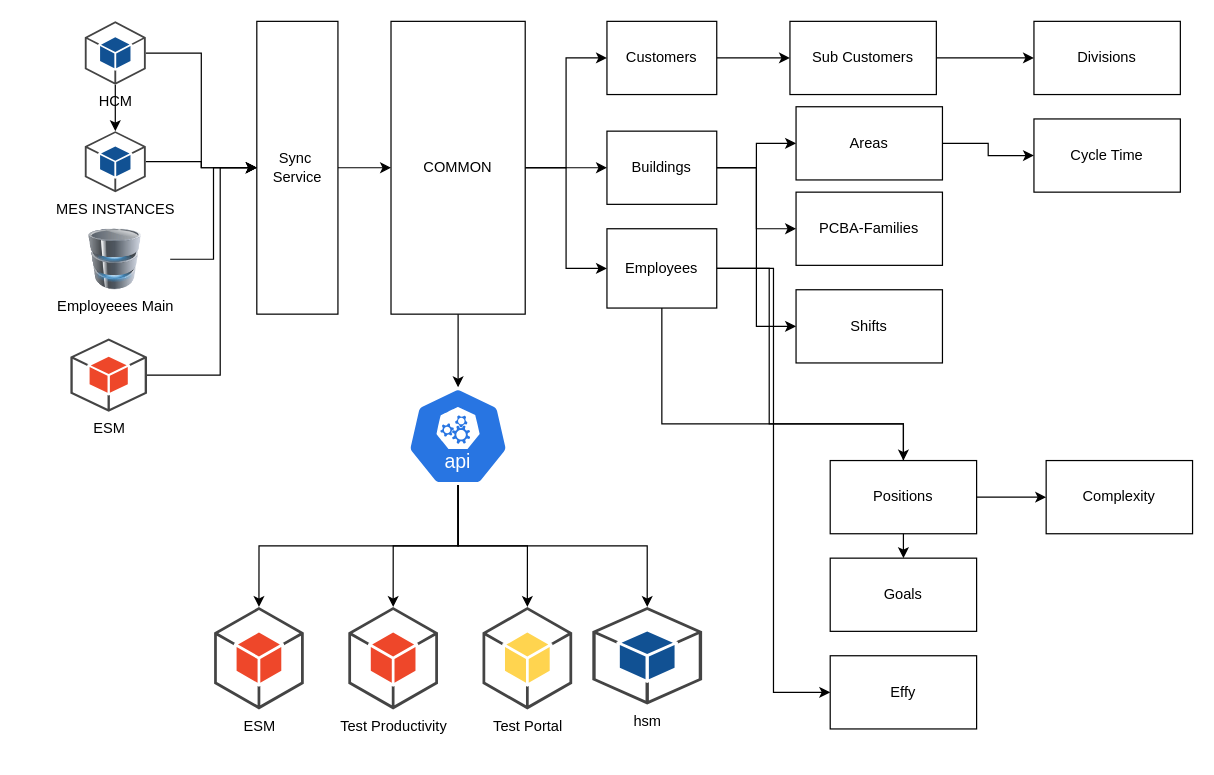
byok22/backend keeps this draw.io diagram as page "Diagrama Proposal" (1 of 5) of Untitled Diagram.drawio. Above is the earlier version. Source tidied: cells renumbered, new cells numbered last; positions are measured from the earlier drawing's top-left corner, leaving out a move shared by most shapes. Both pictures are drawn from the tidied source at 122%, with x=0, y=0 at pixel (60, 21).
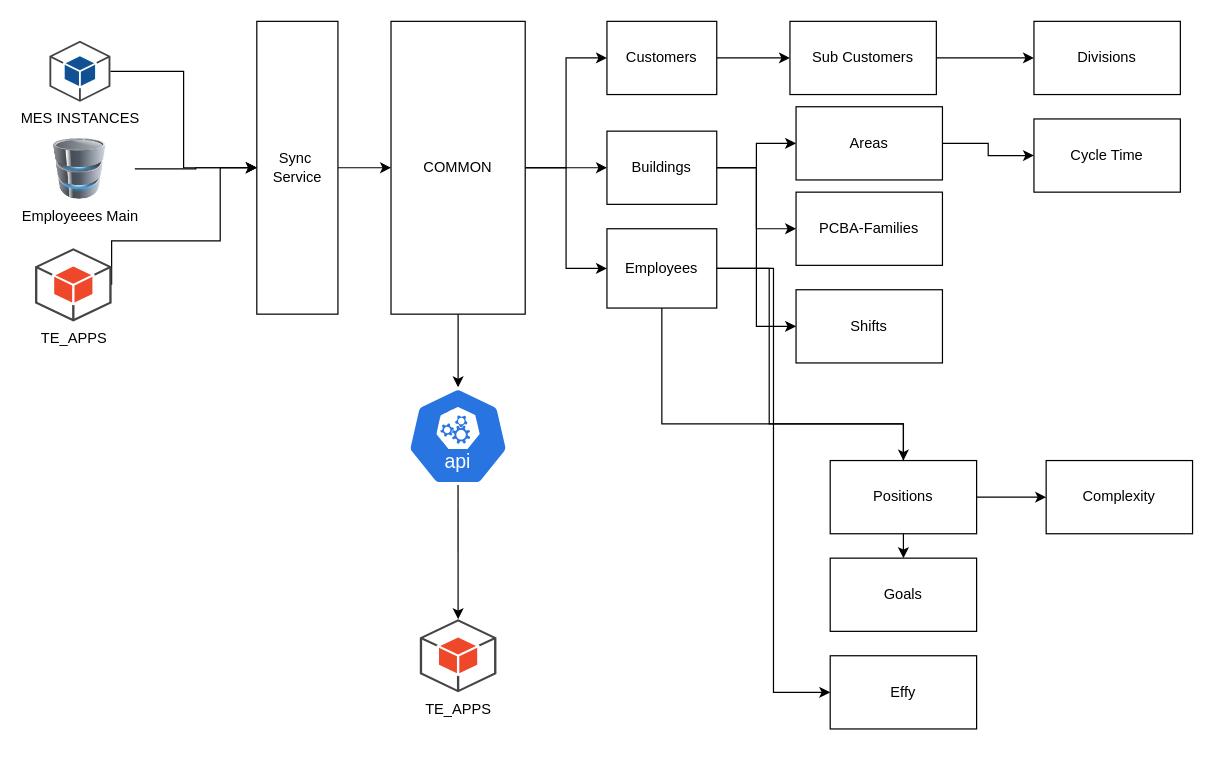
Above is the later version.

Unchanged cells that the change refers to:
```xml
<mxCell id="28" value="&lt;div&gt;Sync&amp;nbsp;&lt;/div&gt;&lt;div&gt;Service&lt;/div&gt;" style="rounded=0;whiteSpace=wrap;html=1;" parent="1" vertex="1">
  <mxGeometry x="161" width="66.5" height="240" as="geometry" />
</mxCell>
<mxCell id="30" style="sketch=0;html=1;dashed=0;whitespace=wrap;verticalLabelPosition=bottom;verticalAlign=top;fillColor=#2875E2;strokeColor=#ffffff;points=[[0.005,0.63,0],[0.1,0.2,0],[0.9,0.2,0],[0.5,0,0],[0.995,0.63,0],[0.72,0.99,0],[0.5,1,0],[0.28,0.99,0]];shape=mxgraph.kubernetes.icon2;kubernetesLabel=1;prIcon=api;" parent="1" vertex="1">
  <mxGeometry x="284.3" y="300" width="83.3" height="80" as="geometry" />
</mxCell>
```

Change to the diagram source:
```diff
@@
-    <mxCell id="20" style="edgeStyle=orthogonalEdgeStyle;rounded=0;jettySize=auto;html=1;exitX=1;exitY=0.5;exitDx=0;exitDy=0;exitPerimeter=0;entryX=0;entryY=0.5;entryDx=0;entryDy=0;" parent="1" edge="1" source="22" target="28">
-      <mxGeometry relative="1" as="geometry" />
-    </mxCell>
-    <mxCell id="21" style="edgeStyle=orthogonalEdgeStyle;rounded=0;jettySize=auto;html=1;" parent="1" edge="1" source="22" target="26">
-      <mxGeometry relative="1" as="geometry" />
-    </mxCell>
-    <mxCell id="22" value="HCM" style="outlineConnect=0;dashed=0;verticalLabelPosition=bottom;verticalAlign=top;align=center;html=1;shape=mxgraph.aws3.android;fillColor=#115193;gradientColor=none;" parent="1" vertex="1">
-      <mxGeometry x="20" width="50" height="52" as="geometry" />
-    </mxCell>
@@
     <mxCell id="24" value="Employeees Main" style="image;html=1;image=img/lib/clip_art/computers/Database_128x128.png;" parent="1" vertex="1">
-      <mxGeometry y="170" width="90" height="50" as="geometry" />
+      <mxGeometry x="-29" y="96" width="90" height="50" as="geometry" />
     </mxCell>
@@
     <mxCell id="26" value="MES INSTANCES" style="outlineConnect=0;dashed=0;verticalLabelPosition=bottom;verticalAlign=top;align=center;html=1;shape=mxgraph.aws3.android;fillColor=#115193;gradientColor=none;" parent="1" vertex="1">
-      <mxGeometry x="20" y="90" width="50" height="50" as="geometry" />
+      <mxGeometry x="-9" y="16" width="50" height="50" as="geometry" />
     </mxCell>
@@
     <mxCell id="31" style="edgeStyle=orthogonalEdgeStyle;rounded=0;jettySize=auto;html=1;exitX=1;exitY=0.5;exitDx=0;exitDy=0;exitPerimeter=0;entryX=0;entryY=0.5;entryDx=0;entryDy=0;" parent="1" edge="1" source="32" target="28">
       <mxGeometry relative="1" as="geometry">
         <Array as="points">
-          <mxPoint x="131" y="290" />
+          <mxPoint x="42" y="180" />
+          <mxPoint x="131" y="180" />
           <mxPoint x="131" y="120" />
         </Array>
       </mxGeometry>
     </mxCell>
-    <mxCell id="32" value="&lt;div&gt;ESM&lt;/div&gt;&lt;div&gt;&lt;br&gt;&lt;/div&gt;" style="outlineConnect=0;dashed=0;verticalLabelPosition=bottom;verticalAlign=top;align=center;html=1;shape=mxgraph.aws3.android;fillColor=#EE472A;gradientColor=none;" parent="1" vertex="1">
-      <mxGeometry x="8.2" y="260" width="62.8" height="60" as="geometry" />
+    <mxCell id="32" value="TE_APPS" style="outlineConnect=0;dashed=0;verticalLabelPosition=bottom;verticalAlign=top;align=center;html=1;shape=mxgraph.aws3.android;fillColor=#EE472A;gradientColor=none;" parent="1" vertex="1">
+      <mxGeometry x="-20.8" y="186" width="62.8" height="60" as="geometry" />
     </mxCell>
-    <mxCell id="33" value="&lt;div&gt;ESM&lt;/div&gt;&lt;div&gt;&lt;br&gt;&lt;/div&gt;" style="outlineConnect=0;dashed=0;verticalLabelPosition=bottom;verticalAlign=top;align=center;html=1;shape=mxgraph.aws3.android;fillColor=#EE472A;gradientColor=none;" parent="1" vertex="1">
-      <mxGeometry x="126" y="480" width="73.5" height="84" as="geometry" />
-    </mxCell>
@@
-    <mxCell id="37" style="edgeStyle=orthogonalEdgeStyle;rounded=0;jettySize=auto;html=1;exitX=0.5;exitY=1;exitDx=0;exitDy=0;exitPerimeter=0;entryX=0.5;entryY=0;entryDx=0;entryDy=0;entryPerimeter=0;" parent="1" edge="1" source="30" target="33">
-      <mxGeometry relative="1" as="geometry" />
-    </mxCell>
-    <mxCell id="38" value="Test Productivity" style="outlineConnect=0;dashed=0;verticalLabelPosition=bottom;verticalAlign=top;align=center;html=1;shape=mxgraph.aws3.android;fillColor=#EE472A;gradientColor=none;" parent="1" vertex="1">
-      <mxGeometry x="236" y="480" width="73.5" height="84" as="geometry" />
-    </mxCell>
-    <mxCell id="39" style="edgeStyle=orthogonalEdgeStyle;rounded=0;jettySize=auto;html=1;exitX=0.5;exitY=1;exitDx=0;exitDy=0;exitPerimeter=0;entryX=0.5;entryY=0;entryDx=0;entryDy=0;entryPerimeter=0;" parent="1" edge="1" source="30" target="38">
-      <mxGeometry relative="1" as="geometry" />
-    </mxCell>
-    <mxCell id="40" value="Test Portal" style="outlineConnect=0;dashed=0;verticalLabelPosition=bottom;verticalAlign=top;align=center;html=1;shape=mxgraph.aws3.android;fillColor=#FFD44F;gradientColor=none;" parent="1" vertex="1">
-      <mxGeometry x="346" y="480" width="73.5" height="84" as="geometry" />
-    </mxCell>
-    <mxCell id="41" style="edgeStyle=orthogonalEdgeStyle;rounded=0;jettySize=auto;html=1;exitX=0.5;exitY=1;exitDx=0;exitDy=0;exitPerimeter=0;entryX=0.5;entryY=0;entryDx=0;entryDy=0;entryPerimeter=0;" parent="1" edge="1" source="30" target="40">
+    <mxCell id="41" style="edgeStyle=orthogonalEdgeStyle;rounded=0;jettySize=auto;html=1;exitX=0.5;exitY=1;exitDx=0;exitDy=0;exitPerimeter=0;entryX=0.5;entryY=0;entryDx=0;entryDy=0;entryPerimeter=0;" parent="1" edge="1" source="30" target="51">
       <mxGeometry relative="1" as="geometry" />
     </mxCell>
@@
-    <mxCell id="45" value="hsm" style="outlineConnect=0;dashed=0;verticalLabelPosition=bottom;verticalAlign=top;align=center;html=1;shape=mxgraph.aws3.android;fillColor=#115193;gradientColor=none;" parent="1" vertex="1">
-      <mxGeometry x="436" y="480" width="90" height="80" as="geometry" />
-    </mxCell>
@@
-    <mxCell id="48" style="edgeStyle=orthogonalEdgeStyle;rounded=0;jettySize=auto;html=1;exitX=0.5;exitY=1;exitDx=0;exitDy=0;exitPerimeter=0;entryX=0.5;entryY=0;entryDx=0;entryDy=0;entryPerimeter=0;" parent="1" edge="1" source="30" target="45">
-      <mxGeometry relative="1" as="geometry" />
-    </mxCell>
@@
+    <mxCell id="51" value="TE_APPS" style="outlineConnect=0;dashed=0;verticalLabelPosition=bottom;verticalAlign=top;align=center;html=1;shape=mxgraph.aws3.android;fillColor=#EE472A;gradientColor=none;" parent="1" vertex="1">
+      <mxGeometry x="294.6" y="490" width="62.8" height="60" as="geometry" />
+    </mxCell>
```
